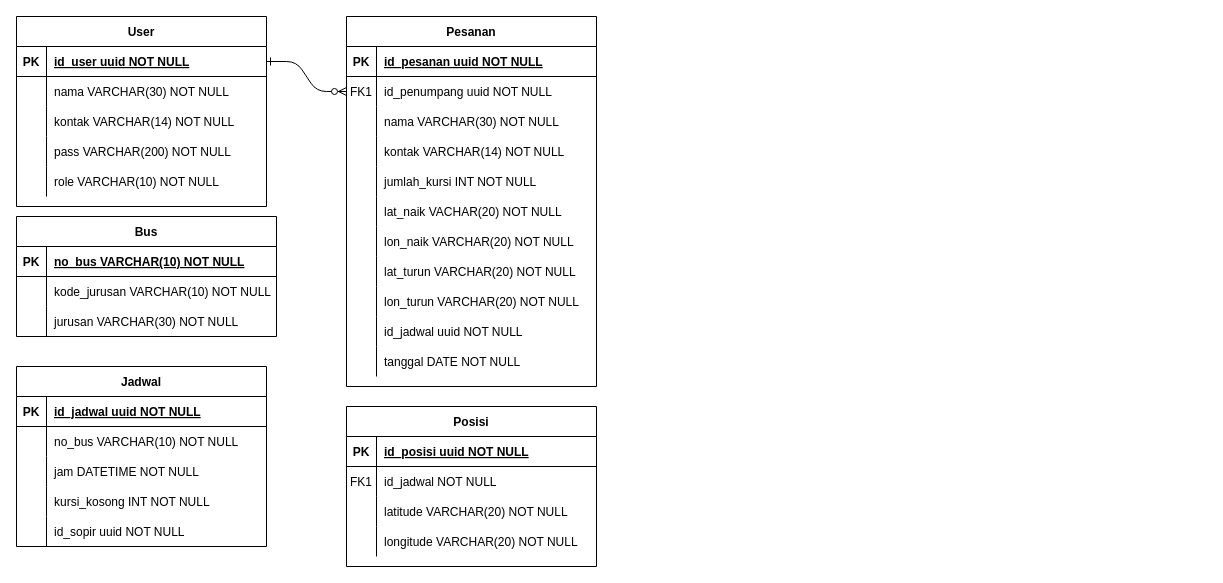
Earlier version of the draw.io diagram ERD-gobus.drawio (nentinur/IF215007-IF215008). Source tidied: cells renumbered, new cells numbered last; positions are measured from the earlier drawing's top-left corner, leaving out a move shared by most shapes. Both pictures are drawn from the tidied source at 100%, with x=0, y=0 at pixel (16, 16).
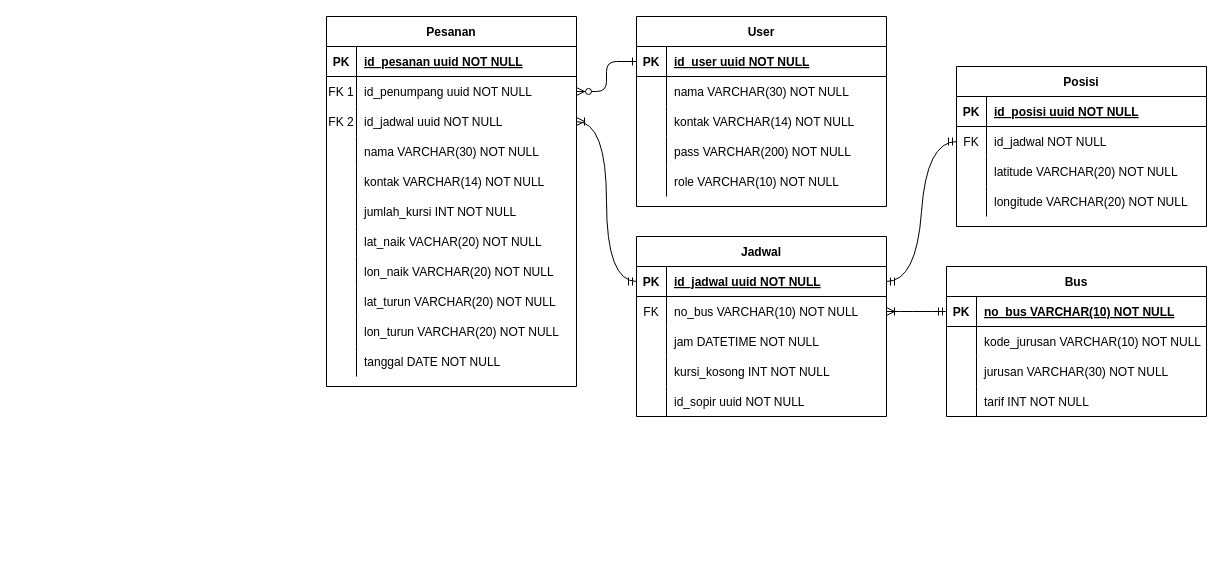
The same diagram, later.

Unchanged cells that the change refers to:
```xml
<mxCell id="7" style="shape=partialRectangle;fillColor=none;points=[[0,0.5],[1,0.5]];portConstraint=eastwest;top=0;left=0;right=0;bottom=0;" parent="3" vertex="1">
  <mxGeometry y="60" width="250" height="30" as="geometry" />
</mxCell>
<mxCell id="41" style="shape=partialRectangle;fillColor=none;points=[[0,0.5],[1,0.5]];portConstraint=eastwest;top=0;left=0;right=0;bottom=0;" parent="37" vertex="1">
  <mxGeometry y="60" width="250" height="30" as="geometry" />
</mxCell>
<mxCell id="67" style="shape=tableRow;horizontal=0;startSize=0;swimlaneHead=0;swimlaneBody=0;fillColor=none;points=[[0,0.5],[1,0.5]];portConstraint=eastwest;top=0;left=0;right=0;bottom=1;" parent="66" vertex="1">
  <mxGeometry y="30" width="250" height="30" as="geometry" />
</mxCell>
<mxCell id="70" style="shape=tableRow;horizontal=0;startSize=0;swimlaneHead=0;swimlaneBody=0;fillColor=none;points=[[0,0.5],[1,0.5]];portConstraint=eastwest;top=0;left=0;right=0;bottom=0;" parent="66" vertex="1">
  <mxGeometry y="60" width="250" height="30" as="geometry" />
</mxCell>
<mxCell id="83" style="shape=tableRow;horizontal=0;startSize=0;swimlaneHead=0;swimlaneBody=0;fillColor=none;points=[[0,0.5],[1,0.5]];portConstraint=eastwest;top=0;left=0;right=0;bottom=1;" parent="82" vertex="1">
  <mxGeometry y="30" width="260" height="30" as="geometry" />
</mxCell>
```

The edit, as a diff of the source:
```diff
@@
     <mxCell id="3" value="Pesanan" style="shape=table;startSize=30;childLayout=tableLayout;rowLines=0;fontStyle=1;align=center;" parent="1" vertex="1">
-      <mxGeometry x="330" width="250" height="370" as="geometry" />
+      <mxGeometry x="310" width="250" height="370" as="geometry" />
     </mxCell>
@@
-    <mxCell id="8" value="FK1" style="shape=partialRectangle;overflow=hidden;fillColor=none;top=0;left=0;bottom=0;right=0;" parent="7" vertex="1">
+    <mxCell id="8" value="FK 1" style="shape=partialRectangle;overflow=hidden;fillColor=none;top=0;left=0;bottom=0;right=0;" parent="7" vertex="1">
       <mxGeometry width="30" height="30" as="geometry" />
     </mxCell>
@@
+    <mxCell id="31" style="shape=partialRectangle;fillColor=none;points=[[0,0.5],[1,0.5]];portConstraint=eastwest;top=0;left=0;right=0;bottom=0;" parent="3" vertex="1">
+      <mxGeometry y="90" width="250" height="30" as="geometry" />
+    </mxCell>
+    <mxCell id="32" value="FK 2" style="shape=partialRectangle;overflow=hidden;fillColor=none;top=0;left=0;bottom=0;right=0;" parent="31" vertex="1">
+      <mxGeometry width="30" height="30" as="geometry" />
+    </mxCell>
+    <mxCell id="33" value="id_jadwal uuid NOT NULL" style="shape=partialRectangle;overflow=hidden;fillColor=none;top=0;left=0;bottom=0;right=0;align=left;spacingLeft=6;" parent="31" vertex="1">
+      <mxGeometry x="30" width="220" height="30" as="geometry" />
+    </mxCell>
     <mxCell id="10" style="shape=partialRectangle;fillColor=none;top=0;left=0;right=0;bottom=0;" parent="3" vertex="1">
-      <mxGeometry y="90" width="250" height="30" as="geometry" />
+      <mxGeometry y="120" width="250" height="30" as="geometry" />
     </mxCell>
@@
     <mxCell id="13" style="shape=partialRectangle;fillColor=none;top=0;left=0;right=0;bottom=0;" parent="3" vertex="1">
-      <mxGeometry y="120" width="250" height="30" as="geometry" />
+      <mxGeometry y="150" width="250" height="30" as="geometry" />
     </mxCell>
@@
     <mxCell id="16" style="shape=partialRectangle;fillColor=none;top=0;left=0;right=0;bottom=0;" parent="3" vertex="1">
-      <mxGeometry y="150" width="250" height="30" as="geometry" />
+      <mxGeometry y="180" width="250" height="30" as="geometry" />
     </mxCell>
@@
     <mxCell id="19" style="shape=partialRectangle;fillColor=none;top=0;left=0;right=0;bottom=0;" parent="3" vertex="1">
-      <mxGeometry y="180" width="250" height="30" as="geometry" />
+      <mxGeometry y="210" width="250" height="30" as="geometry" />
     </mxCell>
@@
     <mxCell id="22" style="shape=partialRectangle;fillColor=none;top=0;left=0;right=0;bottom=0;" parent="3" vertex="1">
-      <mxGeometry y="210" width="250" height="30" as="geometry" />
+      <mxGeometry y="240" width="250" height="30" as="geometry" />
     </mxCell>
@@
     <mxCell id="25" style="shape=partialRectangle;fillColor=none;top=0;left=0;right=0;bottom=0;" parent="3" vertex="1">
-      <mxGeometry y="240" width="250" height="30" as="geometry" />
+      <mxGeometry y="270" width="250" height="30" as="geometry" />
     </mxCell>
@@
     <mxCell id="28" style="shape=partialRectangle;fillColor=none;top=0;left=0;right=0;bottom=0;" parent="3" vertex="1">
-      <mxGeometry y="270" width="250" height="30" as="geometry" />
+      <mxGeometry y="300" width="250" height="30" as="geometry" />
     </mxCell>
@@
-    <mxCell id="31" style="shape=partialRectangle;fillColor=none;points=[[0,0.5],[1,0.5]];portConstraint=eastwest;top=0;left=0;right=0;bottom=0;" parent="3" vertex="1">
-      <mxGeometry y="300" width="250" height="30" as="geometry" />
-    </mxCell>
-    <mxCell id="32" style="shape=partialRectangle;overflow=hidden;fillColor=none;top=0;left=0;bottom=0;right=0;" parent="31" vertex="1">
-      <mxGeometry width="30" height="30" as="geometry" />
-    </mxCell>
-    <mxCell id="33" value="id_jadwal uuid NOT NULL" style="shape=partialRectangle;overflow=hidden;fillColor=none;top=0;left=0;bottom=0;right=0;align=left;spacingLeft=6;" parent="31" vertex="1">
-      <mxGeometry x="30" width="220" height="30" as="geometry" />
-    </mxCell>
@@
     <mxCell id="37" value="Posisi" style="shape=table;startSize=30;childLayout=tableLayout;rowLines=0;fontStyle=1;align=center;" parent="1" vertex="1">
-      <mxGeometry x="330" y="390" width="250" height="160" as="geometry" />
+      <mxGeometry x="940" y="50" width="250" height="160" as="geometry" />
     </mxCell>
@@
-    <mxCell id="42" value="FK1" style="shape=partialRectangle;overflow=hidden;fillColor=none;top=0;left=0;bottom=0;right=0;" parent="41" vertex="1">
+    <mxCell id="42" value="FK" style="shape=partialRectangle;overflow=hidden;fillColor=none;top=0;left=0;bottom=0;right=0;" parent="41" vertex="1">
       <mxGeometry width="30" height="30" as="geometry" />
     </mxCell>
@@
     <mxCell id="50" value="User" style="shape=table;startSize=30;childLayout=tableLayout;rowLines=0;fontStyle=1;align=center;" parent="1" vertex="1">
-      <mxGeometry width="250" height="190" as="geometry" />
+      <mxGeometry x="620" width="250" height="190" as="geometry" />
     </mxCell>
@@
     <mxCell id="66" value="Jadwal" style="shape=table;startSize=30;childLayout=tableLayout;rowLines=0;fontStyle=1;align=center;" parent="1" vertex="1">
-      <mxGeometry y="350" width="250" height="180" as="geometry" />
+      <mxGeometry x="620" y="220" width="250" height="180" as="geometry" />
     </mxCell>
@@
-    <mxCell id="71" style="shape=partialRectangle;fillColor=none;top=0;left=0;bottom=0;right=0;overflow=hidden;" parent="70" vertex="1">
+    <mxCell id="71" value="FK" style="shape=partialRectangle;fillColor=none;top=0;left=0;bottom=0;right=0;overflow=hidden;" parent="70" vertex="1">
       <mxGeometry width="30" height="30" as="geometry" />
     </mxCell>
@@
     <mxCell id="82" value="Bus" style="shape=table;startSize=30;childLayout=tableLayout;rowLines=0;fontStyle=1;align=center;" parent="1" vertex="1">
-      <mxGeometry y="200" width="260" height="120" as="geometry" />
+      <mxGeometry x="930" y="250" width="260" height="150" as="geometry" />
     </mxCell>
@@
+    <mxCell id="92" style="shape=tableRow;horizontal=0;startSize=0;swimlaneHead=0;swimlaneBody=0;fillColor=none;top=0;left=0;right=0;bottom=0;" parent="82" vertex="1">
+      <mxGeometry y="120" width="260" height="30" as="geometry" />
+    </mxCell>
+    <mxCell id="93" style="shape=partialRectangle;fillColor=none;top=0;left=0;bottom=0;right=0;overflow=hidden;" parent="92" vertex="1">
+      <mxGeometry width="30" height="30" as="geometry" />
+    </mxCell>
+    <mxCell id="94" value="tarif INT NOT NULL" style="shape=partialRectangle;fillColor=none;top=0;left=0;bottom=0;right=0;align=left;spacingLeft=6;overflow=hidden;" parent="92" vertex="1">
+      <mxGeometry x="30" width="230" height="30" as="geometry" />
+    </mxCell>
+    <mxCell id="95" style="edgeStyle=orthogonalEdgeStyle;fontSize=12;html=1;endArrow=ERoneToMany;startArrow=ERmandOne;rounded=0;exitX=0;exitY=0.5;exitDx=0;exitDy=0;entryX=1;entryY=0.5;entryDx=0;entryDy=0;curved=1;" parent="1" edge="1" source="67" target="31">
+      <mxGeometry relative="1" as="geometry" />
+    </mxCell>
+    <mxCell id="96" style="fontSize=12;html=1;endArrow=ERoneToMany;startArrow=ERmandOne;rounded=0;exitX=0;exitY=0.5;exitDx=0;exitDy=0;edgeStyle=orthogonalEdgeStyle;entryX=1;entryY=0.5;entryDx=0;entryDy=0;curved=1;" parent="1" edge="1" source="83" target="70">
+      <mxGeometry relative="1" as="geometry" />
+    </mxCell>
+    <mxCell id="97" style="edgeStyle=entityRelationEdgeStyle;fontSize=12;html=1;endArrow=ERmandOne;startArrow=ERmandOne;rounded=0;curved=1;exitX=1;exitY=0.5;exitDx=0;exitDy=0;entryX=0;entryY=0.5;entryDx=0;entryDy=0;" parent="1" edge="1" source="67" target="41">
+      <mxGeometry relative="1" as="geometry" />
+    </mxCell>
```
